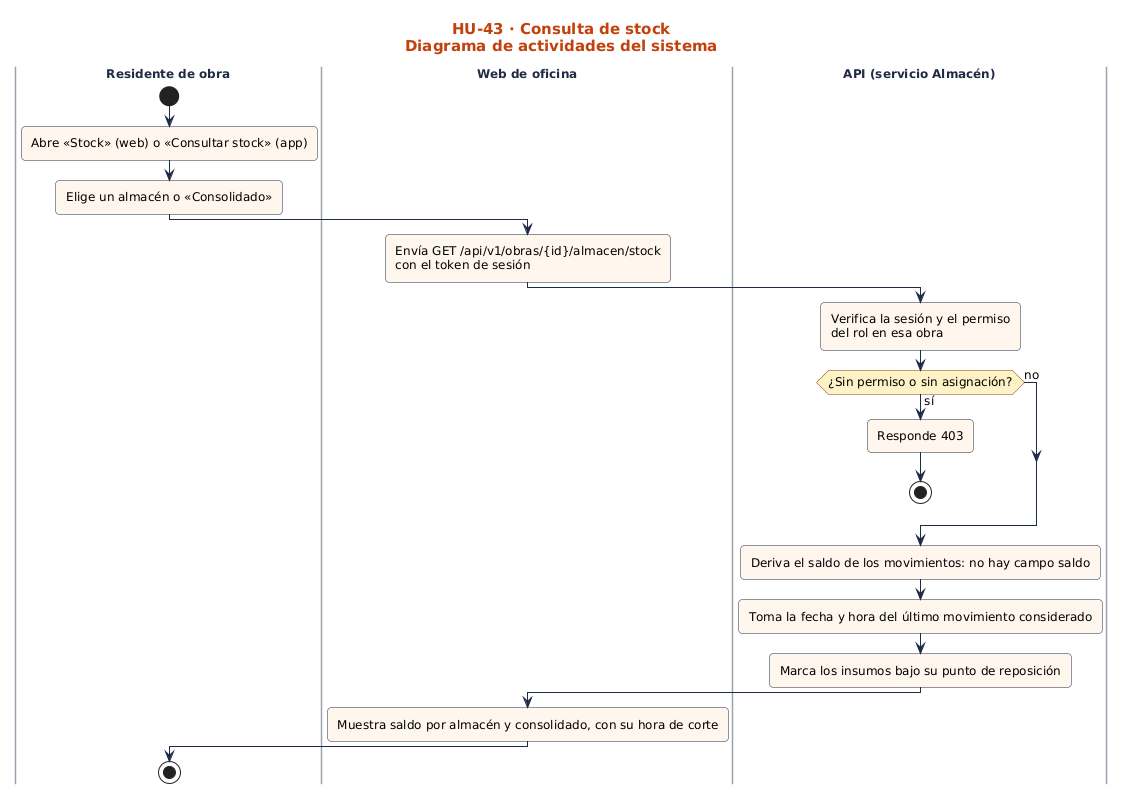
Above: docs/sprint-2/diagramas-hu/hu-43-consulta-de-stock/actividades.png in nandoestebanif/sevens-sigro (PlantUML), before the change.
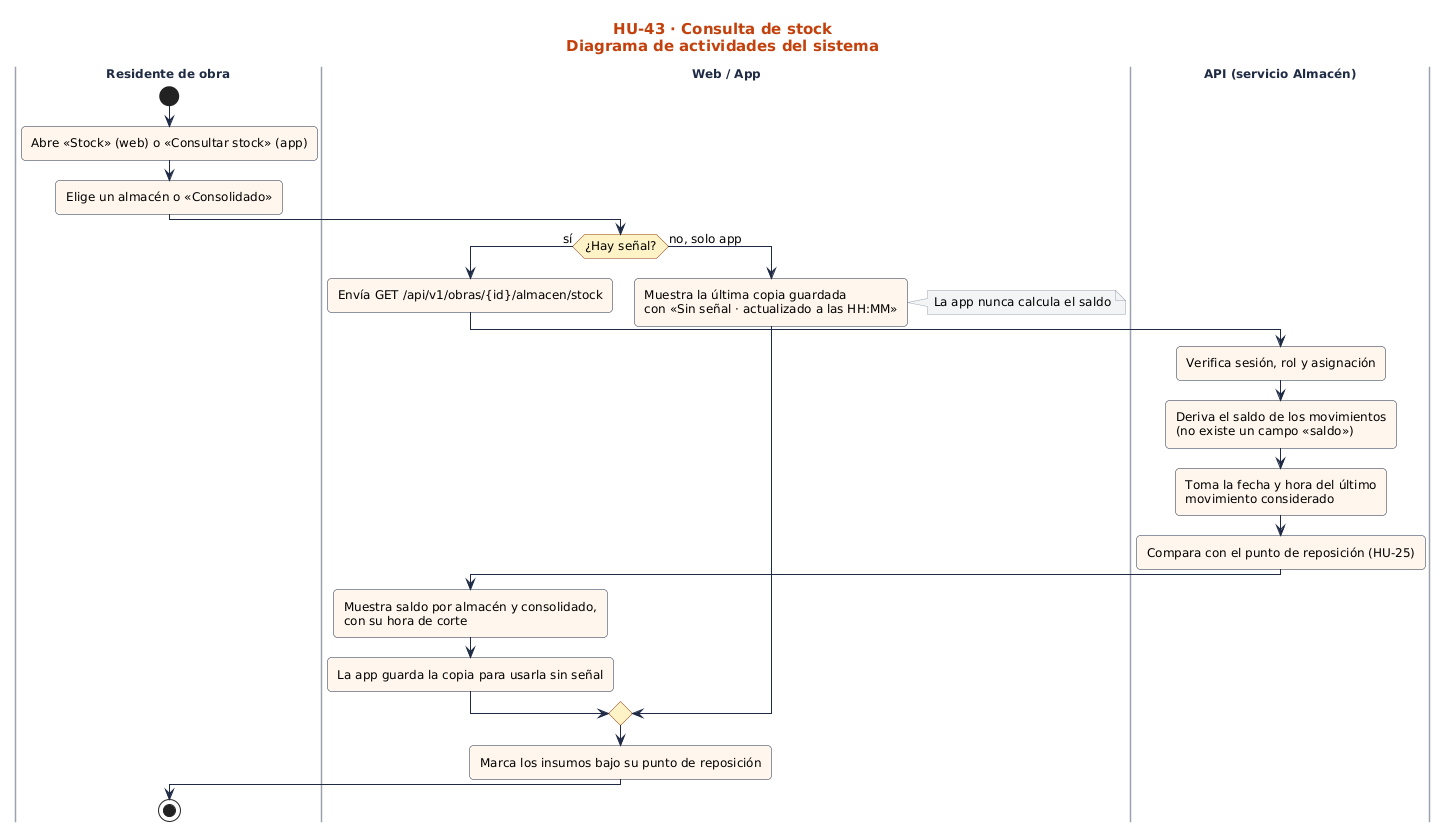
After the change.

What changed in the source:
```diff
@@ -5,20 +5,22 @@
 start
 :Abre «Stock» (web) o «Consultar stock» (app);
 :Elige un almacén o «Consolidado»;
-|Web de oficina|
-:Envía GET /api/v1/obras/{id}/almacen/stock\ncon el token de sesión;
-|API (servicio Almacén)|
-:Verifica la sesión y el permiso\ndel rol en esa obra;
-if (¿Sin permiso o sin asignación?) then (sí)
-:Responde 403;
-stop
-else (no)
+|Web / App|
+if (¿Hay señal?) then (sí)
+  :Envía GET /api/v1/obras/{id}/almacen/stock;
+  |API (servicio Almacén)|
+  :Verifica sesión, rol y asignación;
+  :Deriva el saldo de los movimientos\n(no existe un campo «saldo»);
+  :Toma la fecha y hora del último\nmovimiento considerado;
+  :Compara con el punto de reposición (HU-25);
+  |Web / App|
+  :Muestra saldo por almacén y consolidado,\ncon su hora de corte;
+  :La app guarda la copia para usarla sin señal;
+else (no, solo app)
+  :Muestra la última copia guardada\ncon «Sin señal · actualizado a las HH:MM»;
+  note right: La app nunca calcula el saldo
 endif
-:Deriva el saldo de los movimientos: no hay campo saldo;
-:Toma la fecha y hora del último movimiento considerado;
 :Marca los insumos bajo su punto de reposición;
-|Web de oficina|
-:Muestra saldo por almacén y consolidado, con su hora de corte;
 |Residente de obra|
 stop
 @enduml
```
